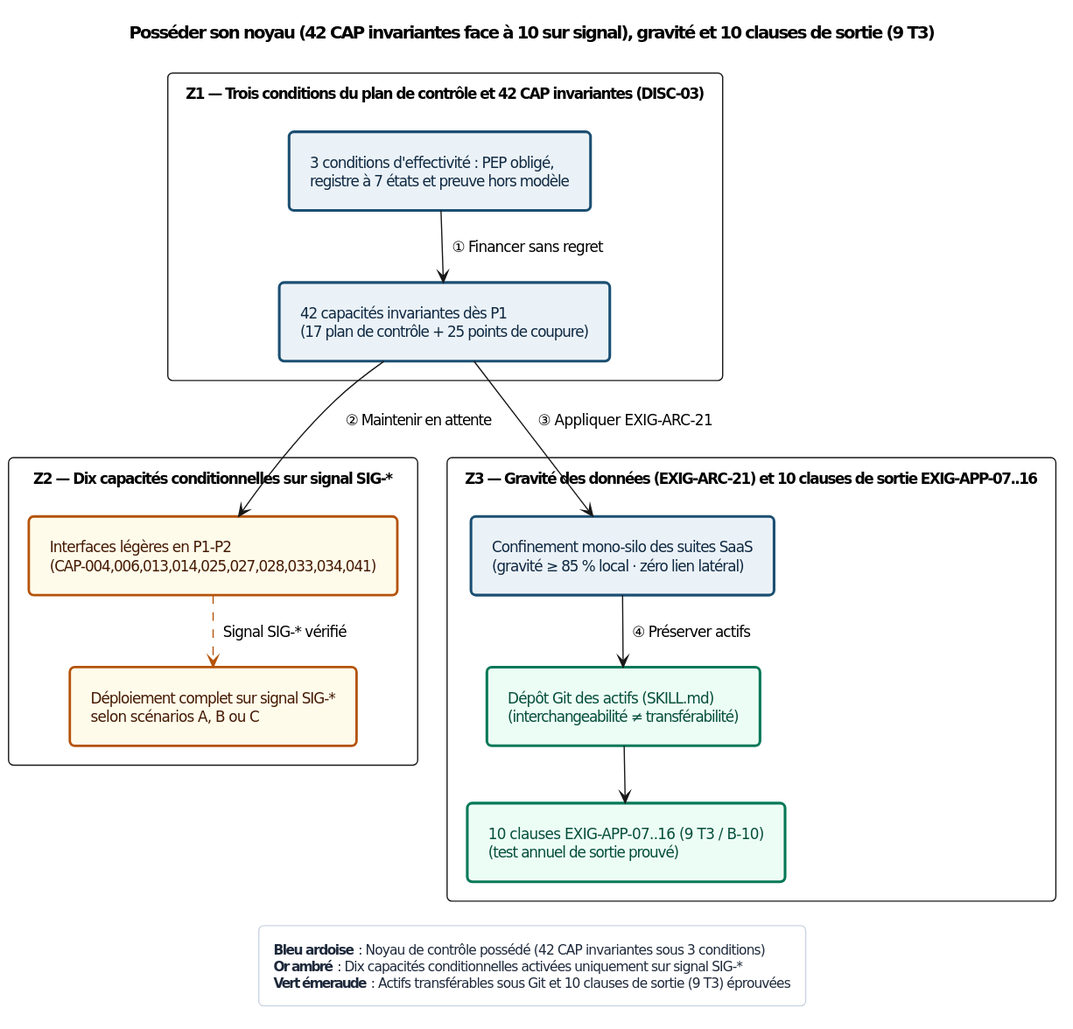
Earlier version of the PlantUML export Sources/Compendium/ouvrage/schemas/rendus/SCH-06-02.svg (agbruneau/Agentique). Source of this version:
```plantuml
@startuml
<style>
document { BackgroundColor #FFFFFF; }
.det { BackgroundColor #EBF2F7; LineColor #1B4F72; LineThickness 2.2; FontColor #0F2942; }
.blue { BackgroundColor #EFF6FF; LineColor #1D4ED8; LineThickness 2.2; FontColor #1E3A8A; }
.prob { BackgroundColor #FFF5E0; LineColor #D97706; LineThickness 2.0; LineStyle 5; FontColor #451A03; }
.amber { BackgroundColor #FFFBEB; LineColor #B45309; LineThickness 2.0; FontColor #451A03; }
.green { BackgroundColor #ECFDF5; LineColor #047857; LineThickness 2.2; FontColor #064E3B; }
.teal { BackgroundColor #F0FDFA; LineColor #0F766E; LineThickness 2.2; FontColor #134E4A; }
.red { BackgroundColor #FEF2F2; LineColor #B91C1C; LineThickness 2.2; FontColor #7F1D1D; }
.purple { BackgroundColor #F5F3FF; LineColor #6D28D9; LineThickness 2.2; FontColor #4C1D95; }
.indigo { BackgroundColor #EEF2FF; LineColor #4338CA; LineThickness 2.2; FontColor #312E81; }
.gray { BackgroundColor #F1F5F9; LineColor #475569; LineThickness 1.8; FontColor #1E293B; }
package { BackgroundColor #F8FAFC; LineColor #64748B; LineThickness 1.2; FontColor #334155; }
legend { BackgroundColor #FFFFFF; LineColor #CBD5E1; FontColor #1E293B; FontSize 11; }
</style>
hide stereotype
skinparam defaultFontName "DejaVu Sans"
skinparam defaultFontSize 12
skinparam shadowing false
skinparam roundcorner 8
skinparam packageStyle rectangle
skinparam nodesep 22
skinparam ranksep 28
skinparam padding 7

top to bottom direction
title Posséder son noyau (42 CAP invariantes face à 10 sur signal), gravité et 10 clauses de sortie (9 T3)

package "Z1 — Trois conditions du plan de contrôle et 42 CAP invariantes (DISC-03)" {
  rectangle "3 conditions d'effectivité : PEP obligé,\nregistre à 7 états et preuve hors modèle" as N1 <<det>>
  rectangle "42 capacités invariantes dès P1\n(17 plan de contrôle + 25 points de coupure)" as N2 <<det>>
  N1 --> N2 : ① Financer sans regret
}

package "Z2 — Dix capacités conditionnelles sur signal SIG-*" {
  rectangle "Interfaces légères en P1-P2\n(CAP-004,006,013,014,025,027,028,033,034,041)" as N3 <<amber>>
  rectangle "Déploiement complet sur signal SIG-*\nselon scénarios A, B ou C" as N4 <<amber>>
  N2 --> N3 : ② Maintenir en attente
  N3 .[#B45309].> N4 : Signal SIG-* vérifié
}

package "Z3 — Gravité des données (EXIG-ARC-21) et 10 clauses de sortie EXIG-APP-07..16" {
  rectangle "Confinement mono-silo des suites SaaS\n(gravité ≥ 85 % local · zéro lien latéral)" as N5 <<det>>
  rectangle "Dépôt Git des actifs (SKILL.md)\n(interchangeabilité ≠ transférabilité)" as N6 <<green>>
  rectangle "10 clauses EXIG-APP-07..16 (9 T3 / B-10)\n(test annuel de sortie prouvé)" as N7 <<green>>
  N2 --> N5 : ③ Appliquer EXIG-ARC-21
  N5 --> N6 : ④ Préserver actifs
  N6 --> N7
}

legend bottom
  **Bleu ardoise** : Noyau de contrôle possédé (42 CAP invariantes sous 3 conditions)
  **Or ambré** : Dix capacités conditionnelles activées uniquement sur signal SIG-*
  **Vert émeraude** : Actifs transférables sous Git et 10 clauses de sortie (9 T3) éprouvées
end legend
@enduml
```
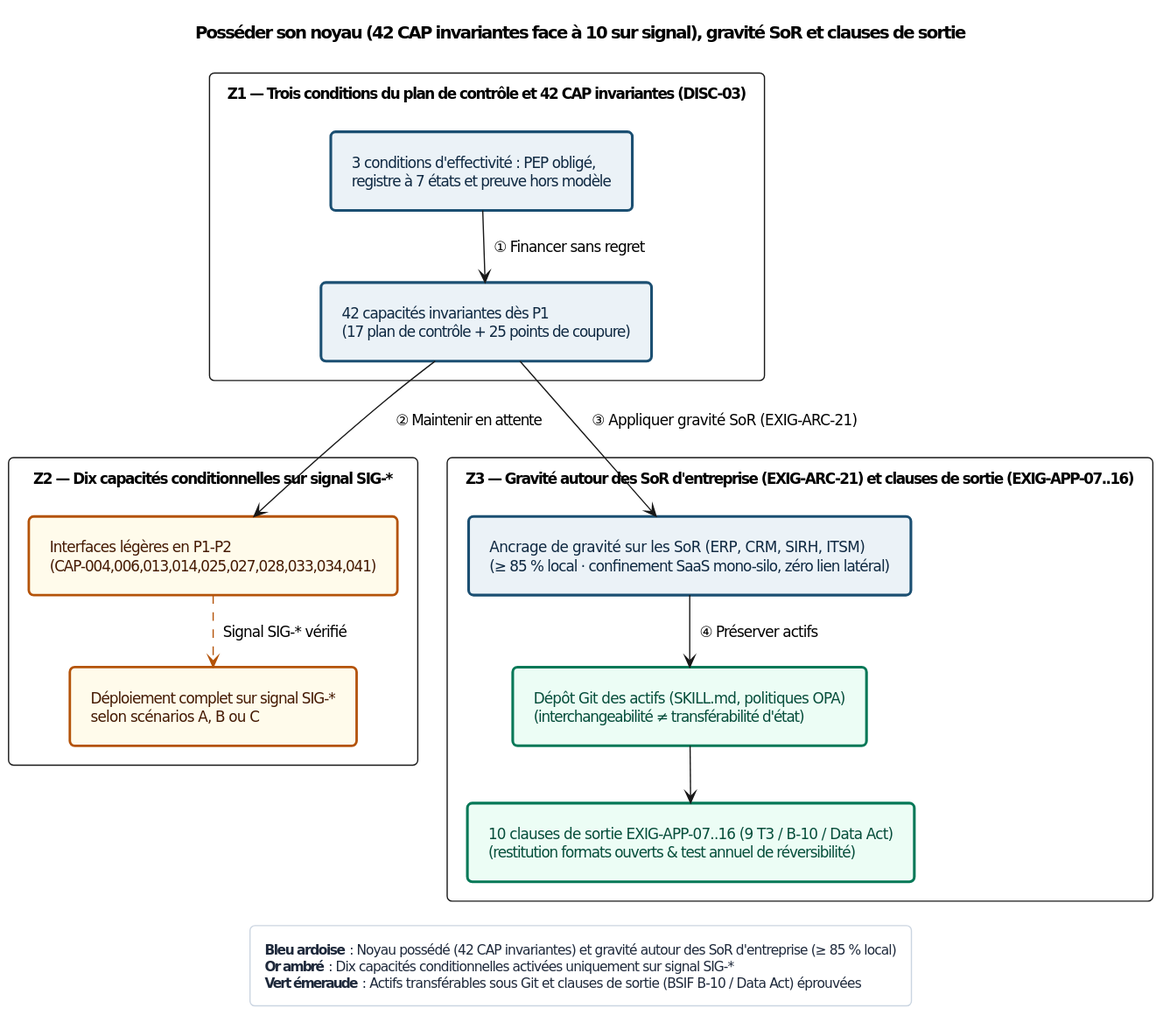
After the change.

What changed in the source:
```diff
@@ -25,7 +25,7 @@
 skinparam padding 7
 
 top to bottom direction
-title Posséder son noyau (42 CAP invariantes face à 10 sur signal), gravité et 10 clauses de sortie (9 T3)
+title Posséder son noyau (42 CAP invariantes face à 10 sur signal), gravité SoR et clauses de sortie
 
 package "Z1 — Trois conditions du plan de contrôle et 42 CAP invariantes (DISC-03)" {
   rectangle "3 conditions d'effectivité : PEP obligé,\nregistre à 7 états et preuve hors modèle" as N1 <<det>>
@@ -40,18 +40,18 @@
   N3 .[#B45309].> N4 : Signal SIG-* vérifié
 }
 
-package "Z3 — Gravité des données (EXIG-ARC-21) et 10 clauses de sortie EXIG-APP-07..16" {
-  rectangle "Confinement mono-silo des suites SaaS\n(gravité ≥ 85 % local · zéro lien latéral)" as N5 <<det>>
-  rectangle "Dépôt Git des actifs (SKILL.md)\n(interchangeabilité ≠ transférabilité)" as N6 <<green>>
-  rectangle "10 clauses EXIG-APP-07..16 (9 T3 / B-10)\n(test annuel de sortie prouvé)" as N7 <<green>>
-  N2 --> N5 : ③ Appliquer EXIG-ARC-21
+package "Z3 — Gravité autour des SoR d'entreprise (EXIG-ARC-21) et clauses de sortie (EXIG-APP-07..16)" {
+  rectangle "Ancrage de gravité sur les SoR (ERP, CRM, SIRH, ITSM)\n(≥ 85 % local · confinement SaaS mono-silo, zéro lien latéral)" as N5 <<det>>
+  rectangle "Dépôt Git des actifs (SKILL.md, politiques OPA)\n(interchangeabilité ≠ transférabilité d'état)" as N6 <<green>>
+  rectangle "10 clauses de sortie EXIG-APP-07..16 (9 T3 / B-10 / Data Act)\n(restitution formats ouverts & test annuel de réversibilité)" as N7 <<green>>
+  N2 --> N5 : ③ Appliquer gravité SoR (EXIG-ARC-21)
   N5 --> N6 : ④ Préserver actifs
   N6 --> N7
 }
 
 legend bottom
-  **Bleu ardoise** : Noyau de contrôle possédé (42 CAP invariantes sous 3 conditions)
+  **Bleu ardoise** : Noyau possédé (42 CAP invariantes) et gravité autour des SoR d'entreprise (≥ 85 % local)
   **Or ambré** : Dix capacités conditionnelles activées uniquement sur signal SIG-*
-  **Vert émeraude** : Actifs transférables sous Git et 10 clauses de sortie (9 T3) éprouvées
+  **Vert émeraude** : Actifs transférables sous Git et clauses de sortie (BSIF B-10 / Data Act) éprouvées
 end legend
 @enduml
```
